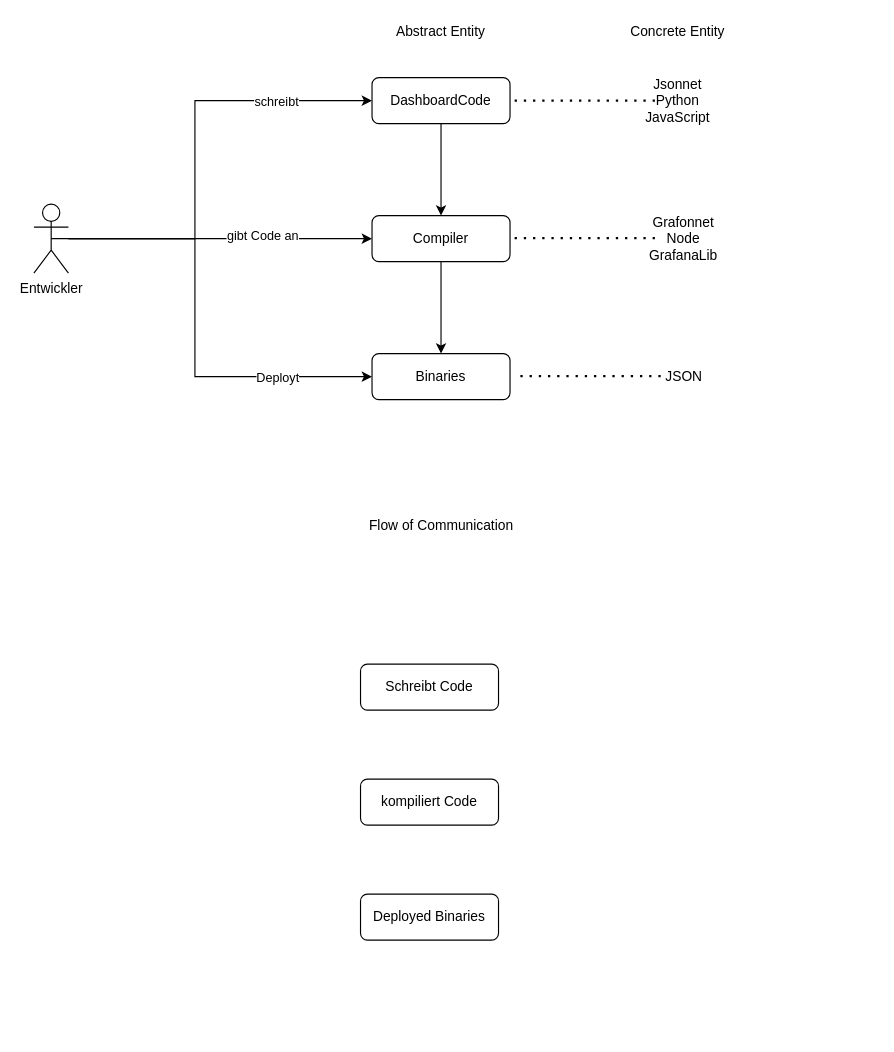
This is EntwicklerWorkflow/Workflow.drawio from Sarabor/diagrams, a draw.io file, before an edit. Source tidied: cells renumbered, new cells numbered last; positions are measured from the earlier drawing's top-left corner, leaving out a move shared by most shapes. Both pictures are drawn from the tidied source at 115%, with x=0, y=0 at pixel (33, 20).
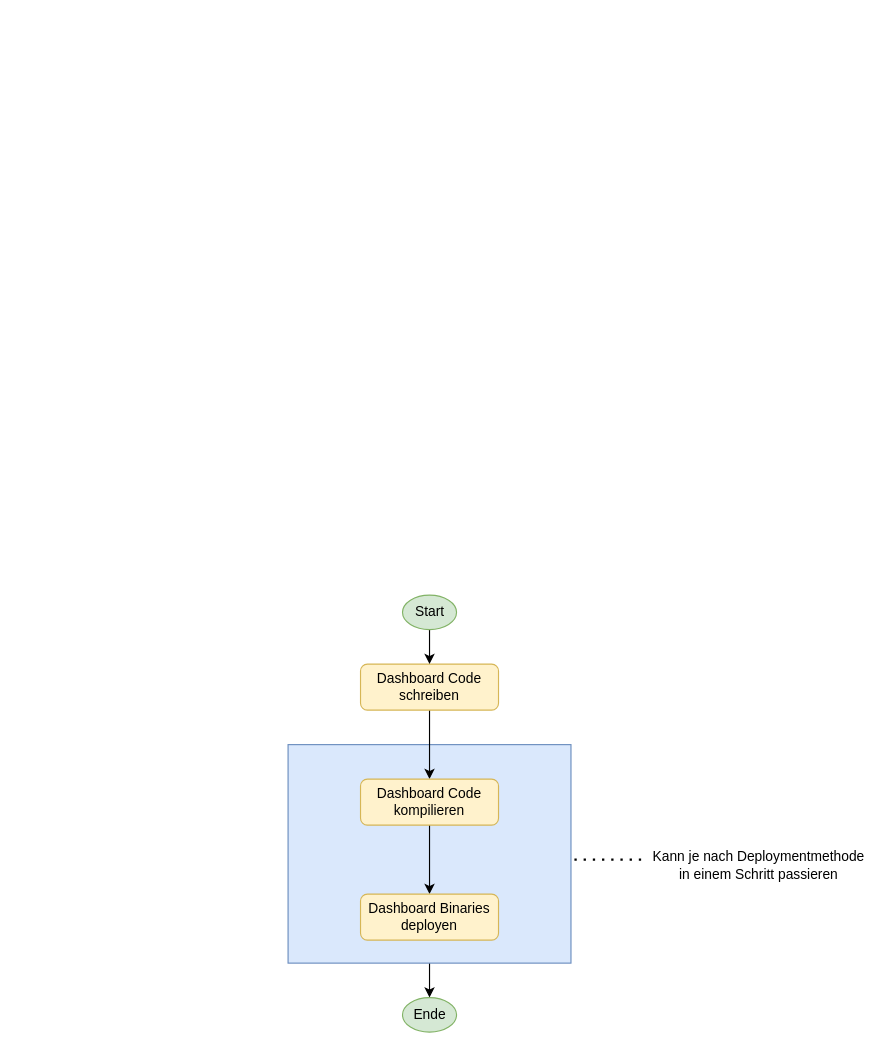
After the change.

The edit, as a diff of the source:
```diff
@@
-    <mxCell id="2" style="edgeStyle=orthogonalEdgeStyle;rounded=0;jettySize=auto;html=1;entryX=0.5;entryY=0;entryDx=0;entryDy=0;" parent="1" edge="1" source="3" target="6">
-      <mxGeometry relative="1" as="geometry" />
-    </mxCell>
-    <mxCell id="3" value="DashboardCode" style="rounded=1;whiteSpace=wrap;html=1;fontSize=12;glass=0;strokeWidth=1;shadow=0;" parent="1" vertex="1">
-      <mxGeometry x="294" y="50" width="120" height="40" as="geometry" />
-    </mxCell>
-    <mxCell id="4" value="Binaries" style="rounded=1;whiteSpace=wrap;html=1;fontSize=12;glass=0;strokeWidth=1;shadow=0;" parent="1" vertex="1">
-      <mxGeometry x="294" y="290" width="120" height="40" as="geometry" />
-    </mxCell>
-    <mxCell id="5" style="edgeStyle=orthogonalEdgeStyle;rounded=0;jettySize=auto;html=1;entryX=0.5;entryY=0;entryDx=0;entryDy=0;" parent="1" edge="1" source="6" target="4">
-      <mxGeometry relative="1" as="geometry" />
-    </mxCell>
-    <mxCell id="6" value="Compiler" style="rounded=1;whiteSpace=wrap;html=1;fontSize=12;glass=0;strokeWidth=1;shadow=0;" parent="1" vertex="1">
-      <mxGeometry x="294" y="170" width="120" height="40" as="geometry" />
-    </mxCell>
-    <mxCell id="7" value="Jsonnet&lt;br&gt;Python&lt;br&gt;JavaScript&lt;br&gt;" style="text;html=1;strokeColor=none;fillColor=none;align=center;verticalAlign=middle;whiteSpace=wrap;rounded=0;" parent="1" vertex="1">
-      <mxGeometry x="540" y="60" width="40" height="20" as="geometry" />
-    </mxCell>
-    <mxCell id="8" value="Grafonnet&lt;br&gt;Node&lt;br&gt;GrafanaLib&lt;br&gt;" style="text;html=1;strokeColor=none;fillColor=none;align=center;verticalAlign=middle;whiteSpace=wrap;rounded=0;" parent="1" vertex="1">
-      <mxGeometry x="545" y="180" width="40" height="20" as="geometry" />
-    </mxCell>
-    <mxCell id="9" value="JSON" style="text;html=1;align=center;verticalAlign=middle;" parent="1" vertex="1">
-      <mxGeometry x="540" y="300" width="50" height="20" as="geometry" />
-    </mxCell>
-    <mxCell id="10" value="Abstract Entity" style="text;html=1;strokeColor=none;fillColor=none;align=center;verticalAlign=middle;whiteSpace=wrap;rounded=0;" parent="1" vertex="1">
-      <mxGeometry x="309" width="90" height="20" as="geometry" />
-    </mxCell>
-    <mxCell id="11" value="Concrete Entity" style="text;html=1;strokeColor=none;fillColor=none;align=center;verticalAlign=middle;whiteSpace=wrap;rounded=0;" parent="1" vertex="1">
-      <mxGeometry x="515" width="90" height="20" as="geometry" />
-    </mxCell>
-    <mxCell id="12" style="endArrow=none;dashed=1;html=1;dashPattern=1 3;strokeWidth=2;entryX=1;entryY=0.5;entryDx=0;entryDy=0;" parent="1" edge="1" source="7" target="3">
-      <mxGeometry relative="1" as="geometry" />
-    </mxCell>
-    <mxCell id="13" style="endArrow=none;dashed=1;html=1;dashPattern=1 3;strokeWidth=2;entryX=1;entryY=0.5;entryDx=0;entryDy=0;" parent="1" edge="1">
-      <mxGeometry relative="1" as="geometry">
-        <mxPoint x="540" y="189.5" as="sourcePoint" />
-        <mxPoint x="414" y="189.5" as="targetPoint" />
-      </mxGeometry>
-    </mxCell>
-    <mxCell id="14" style="endArrow=none;dashed=1;html=1;dashPattern=1 3;strokeWidth=2;entryX=1;entryY=0.5;entryDx=0;entryDy=0;" parent="1" edge="1">
-      <mxGeometry relative="1" as="geometry">
-        <mxPoint x="545" y="309.5" as="sourcePoint" />
-        <mxPoint x="419" y="309.5" as="targetPoint" />
-      </mxGeometry>
-    </mxCell>
-    <mxCell id="15" style="edgeStyle=orthogonalEdgeStyle;rounded=0;jettySize=auto;html=1;exitX=0.5;exitY=0.5;exitDx=0;exitDy=0;exitPerimeter=0;entryX=0;entryY=0.5;entryDx=0;entryDy=0;" parent="1" edge="1" source="21" target="3">
-      <mxGeometry relative="1" as="geometry">
-        <Array as="points">
-          <mxPoint x="140" y="190" />
-          <mxPoint x="140" y="70" />
-        </Array>
-      </mxGeometry>
-    </mxCell>
-    <mxCell id="16" value="schreibt" style="edgeLabel;html=1;align=center;verticalAlign=middle;" parent="15" vertex="1">
-      <mxGeometry x="0.38" y="-1" relative="1" as="geometry">
-        <mxPoint x="40" y="-1" as="offset" />
-      </mxGeometry>
-    </mxCell>
-    <mxCell id="17" style="edgeStyle=orthogonalEdgeStyle;rounded=0;jettySize=auto;html=1;entryX=0;entryY=0.5;entryDx=0;entryDy=0;" parent="1" edge="1" source="21" target="6">
-      <mxGeometry relative="1" as="geometry" />
-    </mxCell>
-    <mxCell id="18" value="gibt Code an" style="edgeLabel;html=1;align=center;verticalAlign=middle;" parent="17" vertex="1">
-      <mxGeometry x="0.27" y="3" relative="1" as="geometry" />
-    </mxCell>
-    <mxCell id="19" style="edgeStyle=orthogonalEdgeStyle;rounded=0;jettySize=auto;html=1;entryX=0;entryY=0.5;entryDx=0;entryDy=0;" parent="1" edge="1" source="21" target="4">
-      <mxGeometry relative="1" as="geometry">
-        <Array as="points">
-          <mxPoint x="140" y="190" />
-          <mxPoint x="140" y="310" />
-        </Array>
-      </mxGeometry>
-    </mxCell>
-    <mxCell id="20" value="Deployt" style="edgeLabel;html=1;align=center;verticalAlign=middle;" parent="19" vertex="1">
-      <mxGeometry x="0.67" y="-3" relative="1" as="geometry">
-        <mxPoint x="-20" y="-3" as="offset" />
-      </mxGeometry>
-    </mxCell>
-    <mxCell id="21" value="Entwickler" style="shape=umlActor;verticalLabelPosition=bottom;verticalAlign=top;html=1;outlineConnect=0;" parent="1" vertex="1">
-      <mxGeometry y="160" width="30" height="60" as="geometry" />
-    </mxCell>
-    <mxCell id="22" value="Flow of Communication" style="text;html=1;align=center;verticalAlign=middle;" parent="1" vertex="1">
-      <mxGeometry x="284" y="430" width="140" height="20" as="geometry" />
-    </mxCell>
+    <mxCell id="26" style="edgeStyle=orthogonalEdgeStyle;rounded=0;jettySize=auto;html=1;" parent="1" edge="1" source="27" target="34">
+      <mxGeometry relative="1" as="geometry" />
+    </mxCell>
+    <mxCell id="27" style="rounded=0;whiteSpace=wrap;html=1;fillColor=#dae8fc;strokeColor=#6c8ebf;" parent="1" vertex="1">
+      <mxGeometry x="221" y="630" width="246" height="190" as="geometry" />
+    </mxCell>
+    <mxCell id="28" style="edgeStyle=orthogonalEdgeStyle;rounded=0;jettySize=auto;html=1;" parent="1" edge="1" source="23" target="24">
+      <mxGeometry relative="1" as="geometry" />
+    </mxCell>
-    <mxCell id="23" value="Schreibt Code" style="rounded=1;whiteSpace=wrap;html=1;fontSize=12;glass=0;strokeWidth=1;shadow=0;" parent="1" vertex="1">
+    <mxCell id="23" value="Dashboard Code schreiben" style="rounded=1;whiteSpace=wrap;html=1;fontSize=12;glass=0;strokeWidth=1;shadow=0;fillColor=#fff2cc;strokeColor=#d6b656;" parent="1" vertex="1">
       <mxGeometry x="284" y="560" width="120" height="40" as="geometry" />
     </mxCell>
+    <mxCell id="29" style="edgeStyle=orthogonalEdgeStyle;rounded=0;jettySize=auto;html=1;entryX=0.5;entryY=0;entryDx=0;entryDy=0;" parent="1" edge="1" source="24" target="25">
+      <mxGeometry relative="1" as="geometry" />
+    </mxCell>
-    <mxCell id="24" value="kompiliert Code" style="rounded=1;whiteSpace=wrap;html=1;fontSize=12;glass=0;strokeWidth=1;shadow=0;" parent="1" vertex="1">
+    <mxCell id="24" value="Dashboard Code kompilieren" style="rounded=1;whiteSpace=wrap;html=1;fontSize=12;glass=0;strokeWidth=1;shadow=0;fillColor=#fff2cc;strokeColor=#d6b656;" parent="1" vertex="1">
       <mxGeometry x="284" y="660" width="120" height="40" as="geometry" />
     </mxCell>
-    <mxCell id="25" value="Deployed Binaries" style="rounded=1;whiteSpace=wrap;html=1;fontSize=12;glass=0;strokeWidth=1;shadow=0;" parent="1" vertex="1">
+    <mxCell id="25" value="Dashboard Binaries deployen" style="rounded=1;whiteSpace=wrap;html=1;fontSize=12;glass=0;strokeWidth=1;shadow=0;fillColor=#fff2cc;strokeColor=#d6b656;" parent="1" vertex="1">
       <mxGeometry x="284" y="760" width="120" height="40" as="geometry" />
     </mxCell>
+    <mxCell id="30" style="endArrow=none;dashed=1;html=1;dashPattern=1 3;strokeWidth=2;" parent="1" edge="1">
+      <mxGeometry relative="1" as="geometry">
+        <mxPoint x="470" y="730" as="sourcePoint" />
+        <mxPoint x="530" y="730" as="targetPoint" />
+      </mxGeometry>
+    </mxCell>
+    <mxCell id="31" value="Kann je nach Deploymentmethode &lt;br&gt;in einem Schritt passieren" style="text;html=1;align=center;verticalAlign=middle;" parent="1" vertex="1">
+      <mxGeometry x="530" y="720" width="200" height="30" as="geometry" />
+    </mxCell>
+    <mxCell id="32" style="edgeStyle=orthogonalEdgeStyle;rounded=0;jettySize=auto;html=1;entryX=0.5;entryY=0;entryDx=0;entryDy=0;" parent="1" edge="1" source="33" target="23">
+      <mxGeometry relative="1" as="geometry" />
+    </mxCell>
+    <mxCell id="33" value="Start" style="ellipse;whiteSpace=wrap;html=1;fillColor=#d5e8d4;strokeColor=#82b366;" parent="1" vertex="1">
+      <mxGeometry x="320.5" y="500" width="47" height="30" as="geometry" />
+    </mxCell>
+    <mxCell id="34" value="Ende" style="ellipse;whiteSpace=wrap;html=1;fillColor=#d5e8d4;strokeColor=#82b366;" parent="1" vertex="1">
+      <mxGeometry x="320.5" y="850" width="47" height="30" as="geometry" />
+    </mxCell>
```
